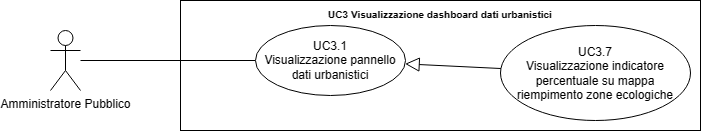
The draw.io diagram src/3_PB/AnalisiDeiRequisiti/assets/UML/UC3.7_Visualizzazione-indicatore-percentuale-su-mappa-riempimento-zone-rifiuti.png in SWATEngineering/Docs, before a commit. Source tidied: cells renumbered, new cells last; positions are measured from the earlier drawing's top-left corner, leaving out a move shared by most shapes. Source of this version:
```xml
<mxGraphModel>
  <root>
    <mxCell id="0" />
    <mxCell id="1" parent="0" />
    <mxCell id="2" value="Amministratore Pubblico" style="shape=umlActor;verticalLabelPosition=bottom;verticalAlign=top;html=1;outlineConnect=0;" parent="1" vertex="1">
      <mxGeometry y="30" width="30" height="60" as="geometry" />
    </mxCell>
    <mxCell id="3" value="&lt;b style=&quot;border-color: var(--border-color); font-size: 10px;&quot;&gt;UC3 Visualizzazione dashboard dati urbanistici&lt;/b&gt;" style="shape=rect;html=1;verticalAlign=top;fontStyle=1;whiteSpace=wrap;align=center;" parent="1" vertex="1">
      <mxGeometry x="130" width="520" height="130" as="geometry" />
    </mxCell>
    <mxCell id="4" style="edgeStyle=none;html=1;endArrow=none;verticalAlign=bottom;rounded=0;" parent="1" edge="1" source="2" target="6">
      <mxGeometry relative="1" as="geometry" />
    </mxCell>
    <mxCell id="5" value="UC3.7&lt;br&gt;Visualizzazione indicatore percentuale su mappa riempimento zone ecologiche" style="ellipse;whiteSpace=wrap;html=1;" parent="1" vertex="1">
      <mxGeometry x="450" y="25" width="190" height="95" as="geometry" />
    </mxCell>
    <mxCell id="6" value="UC3.1&lt;br style=&quot;border-color: var(--border-color);&quot;&gt;Visualizzazione pannello dati urbanistici" style="ellipse;whiteSpace=wrap;html=1;" parent="1" vertex="1">
      <mxGeometry x="205" y="25" width="150" height="70" as="geometry" />
    </mxCell>
    <mxCell id="7" style="edgeStyle=none;html=1;endArrow=block;endFill=0;endSize=12;verticalAlign=bottom;rounded=0;" parent="1" edge="1" source="5" target="6">
      <mxGeometry relative="1" as="geometry" />
    </mxCell>
  </root>
</mxGraphModel>
```
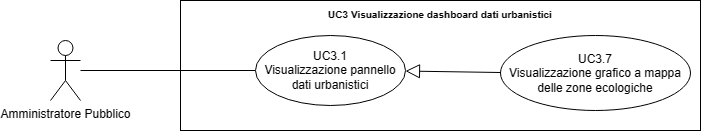
After the change.

Diff of the diagram source:
```diff
@@ -6,13 +6,13 @@
       <mxGeometry y="30" width="30" height="60" as="geometry" />
     </mxCell>
     <mxCell id="3" value="&lt;b style=&quot;border-color: var(--border-color); font-size: 10px;&quot;&gt;UC3 Visualizzazione dashboard dati urbanistici&lt;/b&gt;" style="shape=rect;html=1;verticalAlign=top;fontStyle=1;whiteSpace=wrap;align=center;" parent="1" vertex="1">
-      <mxGeometry x="130" width="520" height="130" as="geometry" />
+      <mxGeometry x="130" y="-10" width="520" height="130" as="geometry" />
     </mxCell>
     <mxCell id="4" style="edgeStyle=none;html=1;endArrow=none;verticalAlign=bottom;rounded=0;" parent="1" edge="1" source="2" target="6">
       <mxGeometry relative="1" as="geometry" />
     </mxCell>
-    <mxCell id="5" value="UC3.7&lt;br&gt;Visualizzazione indicatore percentuale su mappa riempimento zone ecologiche" style="ellipse;whiteSpace=wrap;html=1;" parent="1" vertex="1">
-      <mxGeometry x="450" y="25" width="190" height="95" as="geometry" />
+    <mxCell id="5" value="UC3.7&lt;br&gt;Visualizzazione grafico a mappa delle zone ecologiche" style="ellipse;whiteSpace=wrap;html=1;" parent="1" vertex="1">
+      <mxGeometry x="450" y="25" width="190" height="75" as="geometry" />
     </mxCell>
     <mxCell id="6" value="UC3.1&lt;br style=&quot;border-color: var(--border-color);&quot;&gt;Visualizzazione pannello dati urbanistici" style="ellipse;whiteSpace=wrap;html=1;" parent="1" vertex="1">
       <mxGeometry x="205" y="25" width="150" height="70" as="geometry" />
```
